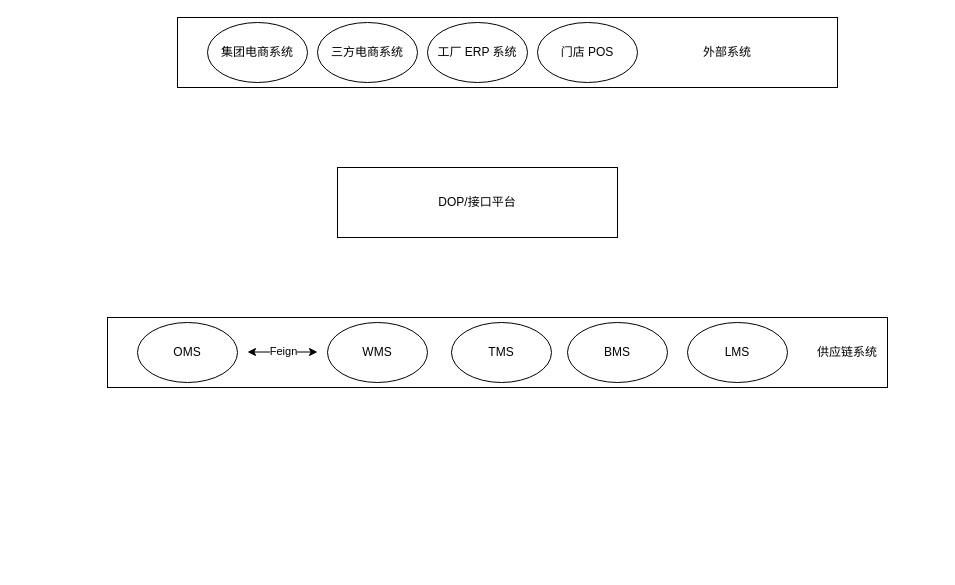
This is diagrams/百丽业务架构图.drawio from libo9527/static, a draw.io file, before an edit. Source tidied: cells renumbered, new cells numbered last; positions are measured from the earlier drawing's top-left corner, leaving out a move shared by most shapes. Both pictures are drawn from the tidied source at 100%, with x=0, y=0 at pixel (107, 17).
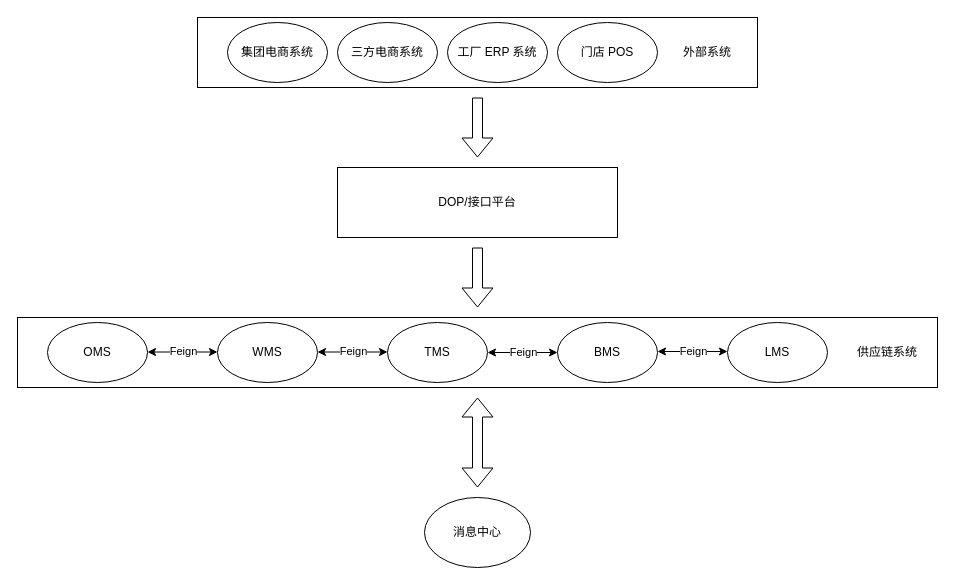
The same page after the edit.

Commit message (it also covers changes not shown here):
更新百丽业务架构图.drawio

The edit, as a diff of the source:
```diff
@@
-    <mxCell id="2" style="rounded=0;whiteSpace=wrap;html=1;" parent="1" vertex="1">
-      <mxGeometry x="70" width="660" height="70" as="geometry" />
-    </mxCell>
-    <mxCell id="3" value="集团电商系统" style="ellipse;whiteSpace=wrap;html=1;" parent="1" vertex="1">
-      <mxGeometry x="100" y="5" width="100" height="60" as="geometry" />
-    </mxCell>
-    <mxCell id="4" value="三方电商系统" style="ellipse;whiteSpace=wrap;html=1;" parent="1" vertex="1">
-      <mxGeometry x="210" y="5" width="100" height="60" as="geometry" />
-    </mxCell>
-    <mxCell id="5" value="工厂 ERP 系统" style="ellipse;whiteSpace=wrap;html=1;" parent="1" vertex="1">
-      <mxGeometry x="320" y="5" width="100" height="60" as="geometry" />
-    </mxCell>
-    <mxCell id="6" value="门店 POS" style="ellipse;whiteSpace=wrap;html=1;" parent="1" vertex="1">
-      <mxGeometry x="430" y="5" width="100" height="60" as="geometry" />
-    </mxCell>
-    <mxCell id="7" value="外部系统" style="text;html=1;align=center;verticalAlign=middle;whiteSpace=wrap;rounded=0;" parent="1" vertex="1">
-      <mxGeometry x="590" y="20" width="60" height="30" as="geometry" />
-    </mxCell>
@@
+    <mxCell id="18" value="消息中心" style="ellipse;whiteSpace=wrap;html=1;" parent="1" vertex="1">
+      <mxGeometry x="317" y="480" width="106" height="70" as="geometry" />
+    </mxCell>
+    <mxCell id="19" style="group;" parent="1" vertex="1">
+      <mxGeometry x="-90" y="300" width="920" height="70" as="geometry" />
+    </mxCell>
-    <mxCell id="9" style="rounded=0;whiteSpace=wrap;html=1;" parent="1" vertex="1">
-      <mxGeometry y="300" width="780" height="70" as="geometry" />
+    <mxCell id="9" style="rounded=0;whiteSpace=wrap;html=1;" parent="19" vertex="1">
+      <mxGeometry width="920" height="70" as="geometry" />
     </mxCell>
-    <mxCell id="10" value="OMS" style="ellipse;whiteSpace=wrap;html=1;" parent="1" vertex="1">
-      <mxGeometry x="30" y="305" width="100" height="60" as="geometry" />
+    <mxCell id="10" value="OMS" style="ellipse;whiteSpace=wrap;html=1;" parent="19" vertex="1">
+      <mxGeometry x="30" y="5" width="100" height="60" as="geometry" />
     </mxCell>
-    <mxCell id="11" value="WMS" style="ellipse;whiteSpace=wrap;html=1;" parent="1" vertex="1">
-      <mxGeometry x="220" y="305" width="100" height="60" as="geometry" />
+    <mxCell id="11" value="WMS" style="ellipse;whiteSpace=wrap;html=1;" parent="19" vertex="1">
+      <mxGeometry x="200" y="5" width="100" height="60" as="geometry" />
     </mxCell>
-    <mxCell id="12" value="TMS" style="ellipse;whiteSpace=wrap;html=1;" parent="1" vertex="1">
-      <mxGeometry x="344" y="305" width="100" height="60" as="geometry" />
+    <mxCell id="12" value="TMS" style="ellipse;whiteSpace=wrap;html=1;" parent="19" vertex="1">
+      <mxGeometry x="370" y="5" width="100" height="60" as="geometry" />
     </mxCell>
-    <mxCell id="13" value="BMS" style="ellipse;whiteSpace=wrap;html=1;" parent="1" vertex="1">
-      <mxGeometry x="460" y="305" width="100" height="60" as="geometry" />
+    <mxCell id="13" value="BMS" style="ellipse;whiteSpace=wrap;html=1;" parent="19" vertex="1">
+      <mxGeometry x="540" y="5" width="100" height="60" as="geometry" />
     </mxCell>
-    <mxCell id="14" value="LMS" style="ellipse;whiteSpace=wrap;html=1;" parent="1" vertex="1">
-      <mxGeometry x="580" y="305" width="100" height="60" as="geometry" />
+    <mxCell id="14" value="LMS" style="ellipse;whiteSpace=wrap;html=1;" parent="19" vertex="1">
+      <mxGeometry x="710" y="5" width="100" height="60" as="geometry" />
     </mxCell>
-    <mxCell id="15" value="供应链系统" style="text;html=1;align=center;verticalAlign=middle;whiteSpace=wrap;rounded=0;" parent="1" vertex="1">
-      <mxGeometry x="700" y="320" width="80" height="30" as="geometry" />
+    <mxCell id="15" value="供应链系统" style="text;html=1;align=center;verticalAlign=middle;whiteSpace=wrap;rounded=0;" parent="19" vertex="1">
+      <mxGeometry x="830" y="20" width="80" height="30" as="geometry" />
     </mxCell>
-    <mxCell id="16" style="endArrow=classic;startArrow=classic;html=1;rounded=0;" parent="1" edge="1">
+    <mxCell id="16" style="endArrow=classic;startArrow=classic;html=1;rounded=0;" parent="19" edge="1">
       <mxGeometry relative="1" as="geometry">
-        <mxPoint x="140" y="334.5" as="sourcePoint" />
-        <mxPoint x="210" y="334.5" as="targetPoint" />
+        <mxPoint x="130" y="34.5" as="sourcePoint" />
+        <mxPoint x="200" y="34.5" as="targetPoint" />
       </mxGeometry>
     </mxCell>
@@
+    <mxCell id="20" style="endArrow=classic;startArrow=classic;html=1;rounded=0;" parent="19" edge="1">
+      <mxGeometry relative="1" as="geometry">
+        <mxPoint x="300" y="34.5" as="sourcePoint" />
+        <mxPoint x="370" y="34.5" as="targetPoint" />
+      </mxGeometry>
+    </mxCell>
+    <mxCell id="21" value="Feign" style="edgeLabel;html=1;align=center;verticalAlign=middle;" parent="20" vertex="1">
+      <mxGeometry y="1" relative="1" as="geometry" />
+    </mxCell>
+    <mxCell id="22" style="endArrow=classic;startArrow=classic;html=1;rounded=0;" parent="19" edge="1">
+      <mxGeometry relative="1" as="geometry">
+        <mxPoint x="470" y="35" as="sourcePoint" />
+        <mxPoint x="540" y="35" as="targetPoint" />
+      </mxGeometry>
+    </mxCell>
+    <mxCell id="23" value="Feign" style="edgeLabel;html=1;align=center;verticalAlign=middle;" parent="22" vertex="1">
+      <mxGeometry y="1" relative="1" as="geometry" />
+    </mxCell>
+    <mxCell id="24" style="endArrow=classic;startArrow=classic;html=1;rounded=0;" parent="19" edge="1">
+      <mxGeometry relative="1" as="geometry">
+        <mxPoint x="640" y="34" as="sourcePoint" />
+        <mxPoint x="710" y="34" as="targetPoint" />
+      </mxGeometry>
+    </mxCell>
+    <mxCell id="25" value="Feign" style="edgeLabel;html=1;align=center;verticalAlign=middle;" parent="24" vertex="1">
+      <mxGeometry y="1" relative="1" as="geometry" />
+    </mxCell>
+    <mxCell id="26" style="group;" parent="1" vertex="1">
+      <mxGeometry x="90" width="560" height="70" as="geometry" />
+    </mxCell>
+    <mxCell id="2" style="rounded=0;whiteSpace=wrap;html=1;" parent="26" vertex="1">
+      <mxGeometry width="560" height="70" as="geometry" />
+    </mxCell>
+    <mxCell id="3" value="集团电商系统" style="ellipse;whiteSpace=wrap;html=1;" parent="26" vertex="1">
+      <mxGeometry x="30" y="5" width="100" height="60" as="geometry" />
+    </mxCell>
+    <mxCell id="4" value="三方电商系统" style="ellipse;whiteSpace=wrap;html=1;" parent="26" vertex="1">
+      <mxGeometry x="140" y="5" width="100" height="60" as="geometry" />
+    </mxCell>
+    <mxCell id="5" value="工厂 ERP 系统" style="ellipse;whiteSpace=wrap;html=1;" parent="26" vertex="1">
+      <mxGeometry x="250" y="5" width="100" height="60" as="geometry" />
+    </mxCell>
+    <mxCell id="6" value="门店 POS" style="ellipse;whiteSpace=wrap;html=1;" parent="26" vertex="1">
+      <mxGeometry x="360" y="5" width="100" height="60" as="geometry" />
+    </mxCell>
+    <mxCell id="7" value="外部系统" style="text;html=1;align=center;verticalAlign=middle;whiteSpace=wrap;rounded=0;" parent="26" vertex="1">
+      <mxGeometry x="480" y="20" width="60" height="30" as="geometry" />
+    </mxCell>
+    <mxCell id="27" style="shape=flexArrow;endArrow=classic;html=1;rounded=0;" parent="1" edge="1">
+      <mxGeometry relative="1" as="geometry">
+        <mxPoint x="370" y="80" as="sourcePoint" />
+        <mxPoint x="370" y="140" as="targetPoint" />
+      </mxGeometry>
+    </mxCell>
+    <mxCell id="28" style="shape=flexArrow;endArrow=classic;html=1;rounded=0;" parent="1" edge="1">
+      <mxGeometry relative="1" as="geometry">
+        <mxPoint x="370" y="230" as="sourcePoint" />
+        <mxPoint x="370" y="290" as="targetPoint" />
+      </mxGeometry>
+    </mxCell>
+    <mxCell id="29" style="shape=flexArrow;endArrow=classic;startArrow=classic;html=1;rounded=0;" parent="1" edge="1">
+      <mxGeometry relative="1" as="geometry">
+        <mxPoint x="370" y="380" as="sourcePoint" />
+        <mxPoint x="370" y="470" as="targetPoint" />
+      </mxGeometry>
+    </mxCell>
```
